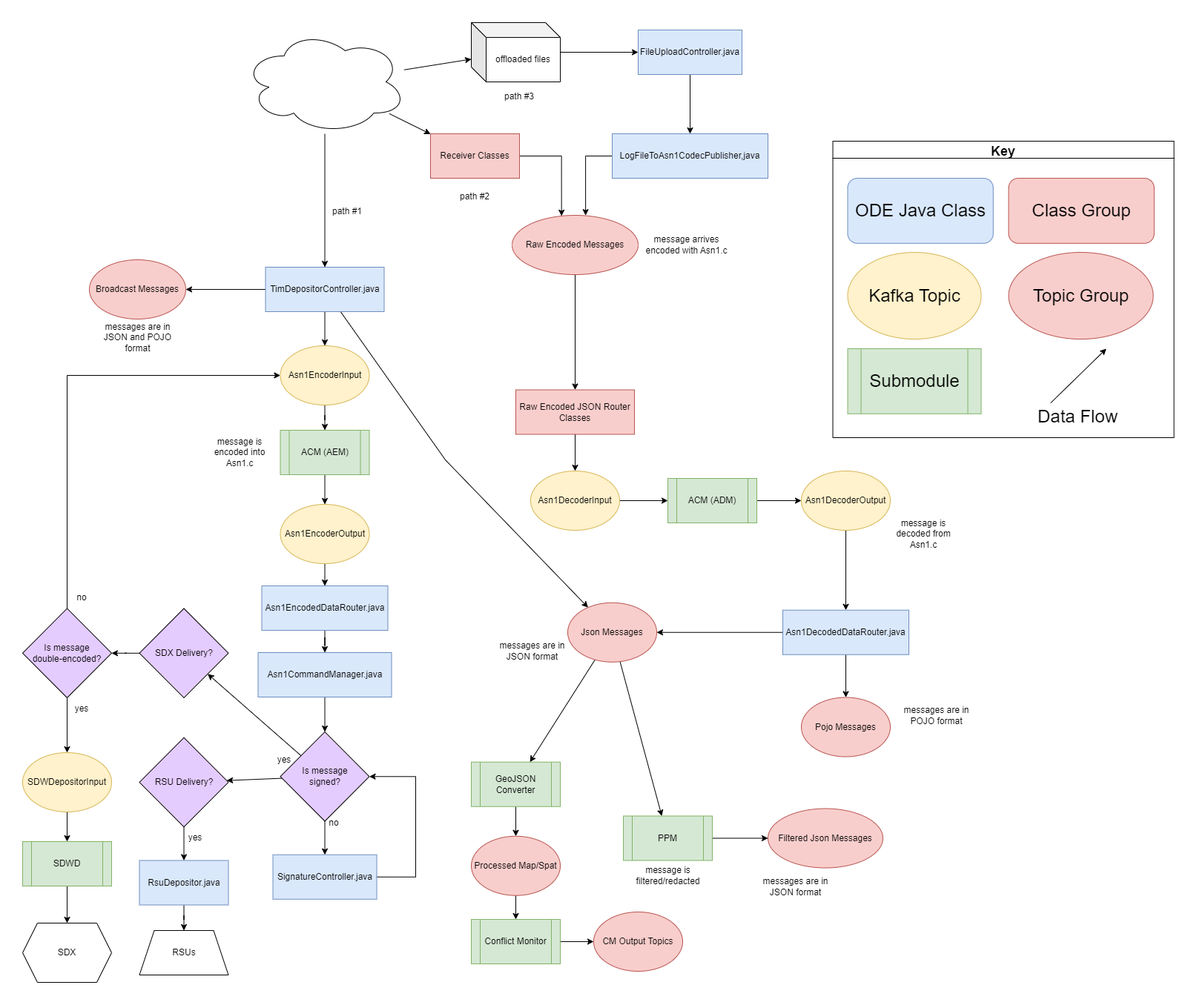
Above: docs/data-flow-diagrams/ODE Data Flow Overview.drawio.png in CDOT-CV/jpo-ode (draw.io), before the change. Source tidied: cells renumbered, new cells last; positions are measured from the earlier drawing's top-left corner, leaving out a move shared by most shapes.
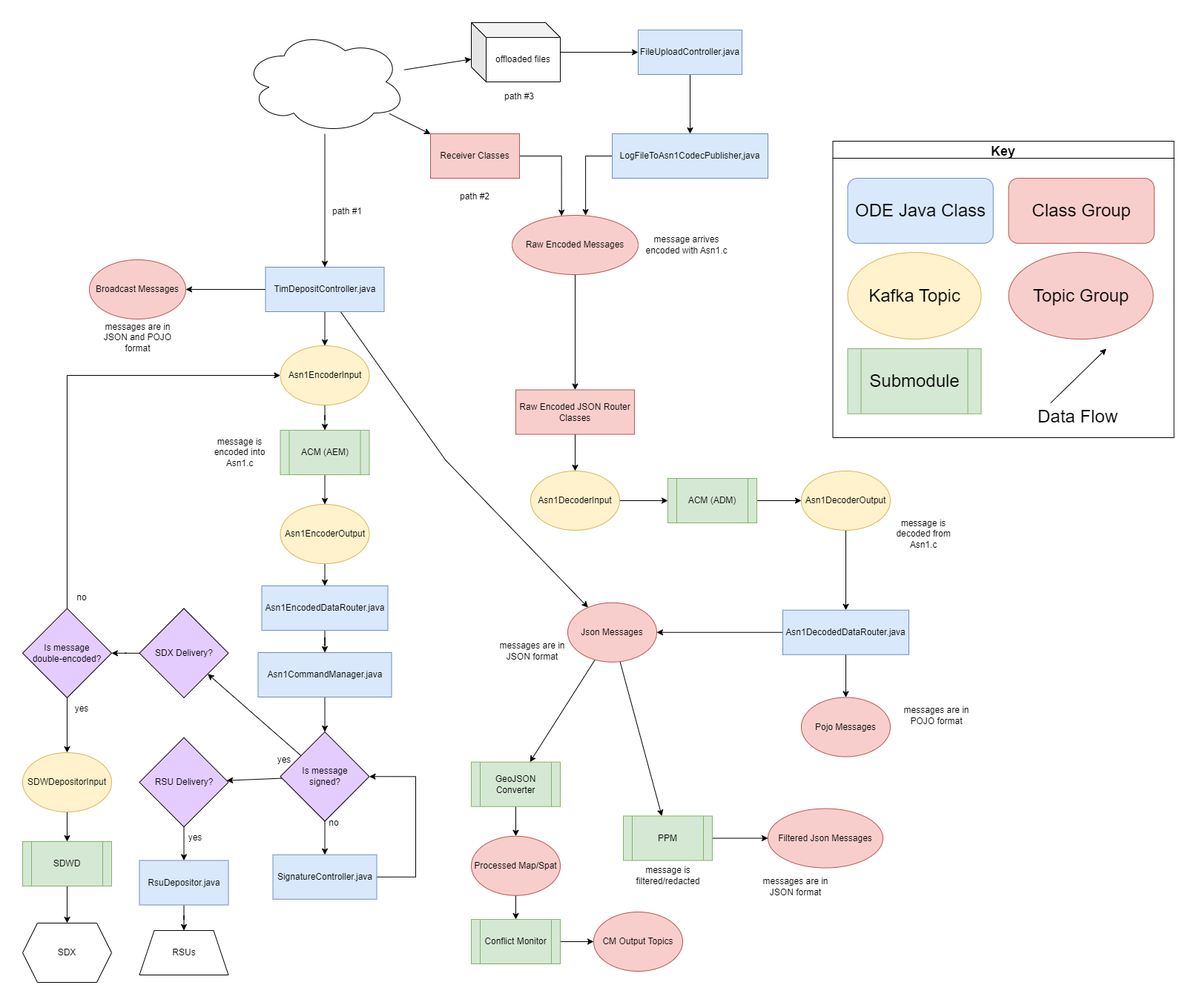
After the change.

Commit message:
docs: correct typos in overview data flow docs

Diff of the diagram source:
```diff
@@ -78,7 +78,7 @@
         </Array>
       </mxGeometry>
     </mxCell>
-    <mxCell id="26" value="TimDepositorController.java" style="rounded=0;whiteSpace=wrap;html=1;fillColor=#dae8fc;strokeColor=#6c8ebf;" parent="1" vertex="1">
+    <mxCell id="26" value="TimDepositController.java" style="rounded=0;whiteSpace=wrap;html=1;fillColor=#dae8fc;strokeColor=#6c8ebf;" parent="1" vertex="1">
       <mxGeometry x="327.5" y="330" width="160" height="60" as="geometry" />
     </mxCell>
     <mxCell id="27" style="edgeStyle=orthogonalEdgeStyle;rounded=0;jettySize=auto;html=1;" parent="1" edge="1" source="28" target="29">
```
